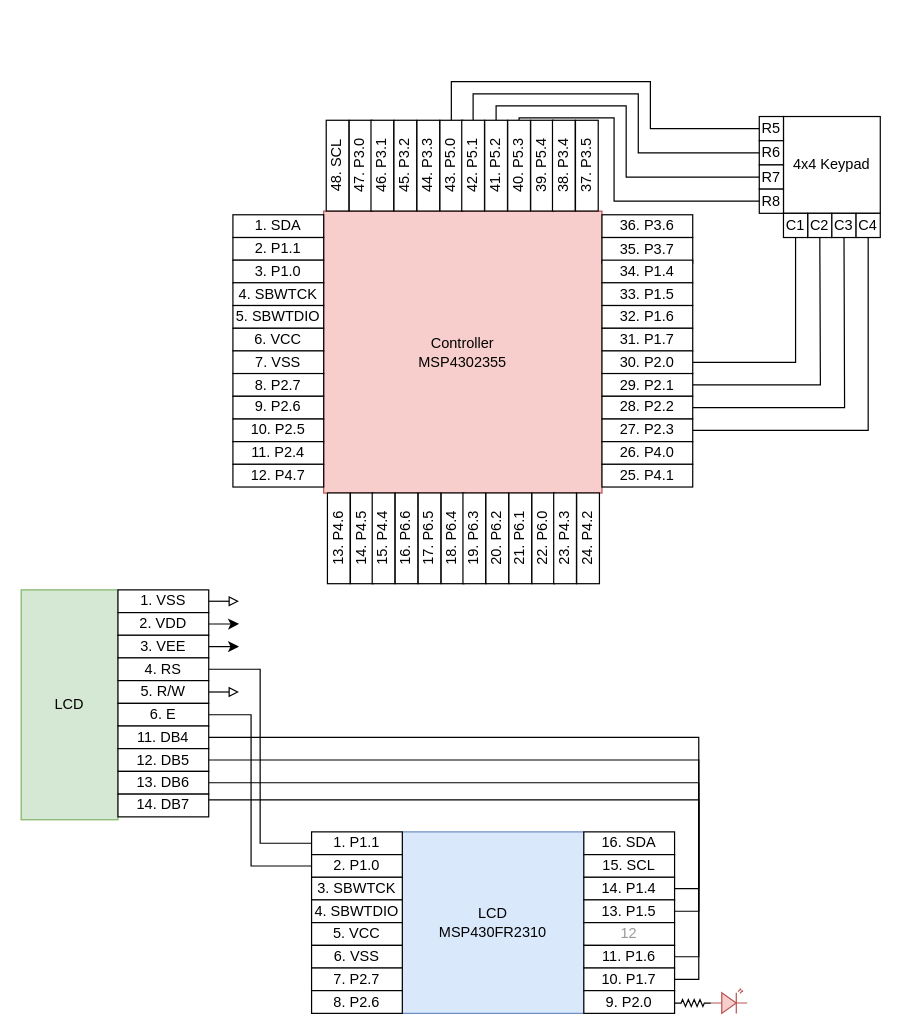
Earlier version of the draw.io diagram page "circuit_diagram" (3 of 3) of docs/assets/final_project_concept.drawio (msu-eele-465/final-project-rlm2002). Source tidied: cells renumbered, new cells numbered last; positions are measured from the earlier drawing's top-left corner, leaving out a move shared by most shapes. Both pictures are drawn from the tidied source at 121%, with x=0, y=0 at pixel (21, 29).
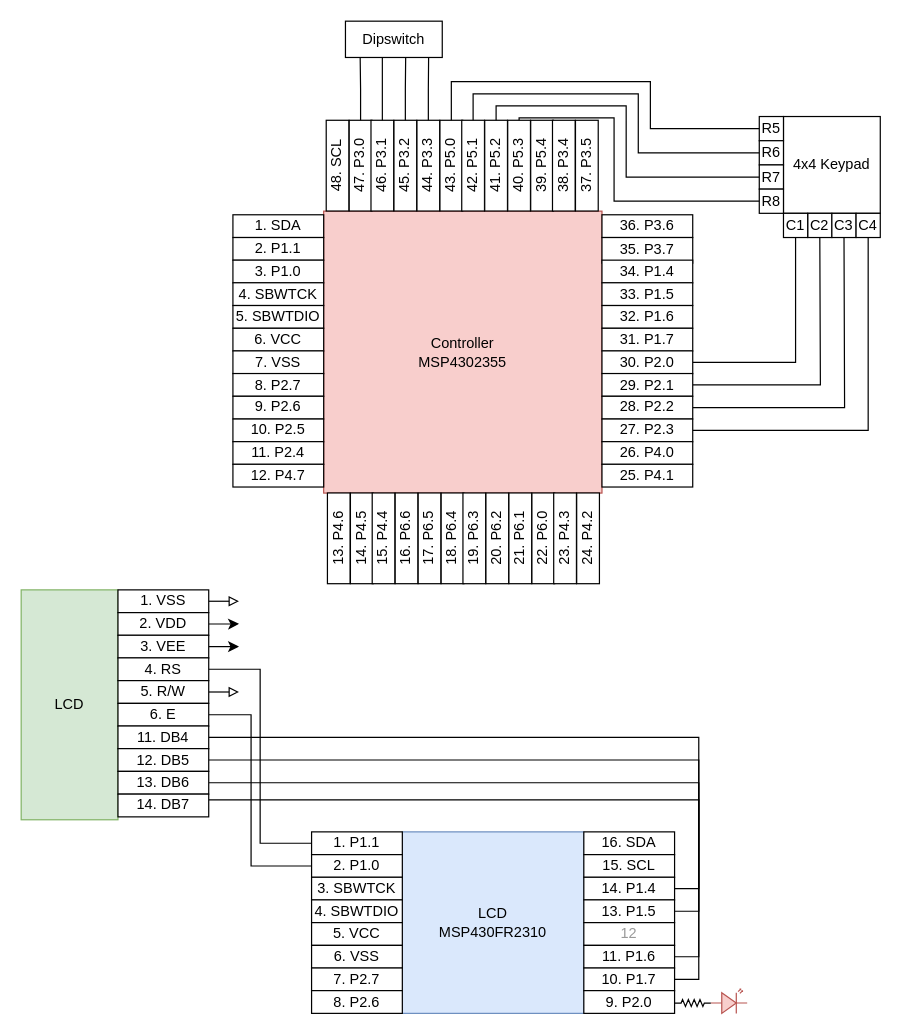
The same page after the edit.

Commit message (it also covers changes not shown here):
dipswitch logic

The change refers to these unchanged cells:
```xml
<mxCell id="88" value="47. P3.0" style="rounded=0;whiteSpace=wrap;html=1;rotation=-90;" parent="86" vertex="1">
  <mxGeometry x="-84" y="103" width="75" height="18.8" as="geometry" />
</mxCell>
<mxCell id="89" value="46. P3.1" style="rounded=0;whiteSpace=wrap;html=1;rotation=-90;" parent="86" vertex="1">
  <mxGeometry x="-66" y="103" width="75" height="18.8" as="geometry" />
</mxCell>
<mxCell id="90" value="45. P3.2" style="rounded=0;whiteSpace=wrap;html=1;rotation=-90;" parent="86" vertex="1">
  <mxGeometry x="-47" y="103" width="75" height="18.8" as="geometry" />
</mxCell>
<mxCell id="91" value="44. P3.3" style="rounded=0;whiteSpace=wrap;html=1;rotation=-90;" parent="86" vertex="1">
  <mxGeometry x="-28" y="103" width="75" height="18.8" as="geometry" />
</mxCell>
```

Diff of the diagram source:
```diff
@@
+    <mxCell id="113" value="Dipswitch" style="rounded=0;whiteSpace=wrap;html=1;" parent="1" vertex="1">
+      <mxGeometry x="268" y="-7" width="80" height="30" as="geometry" />
+    </mxCell>
+    <mxCell id="114" style="edgeStyle=orthogonalEdgeStyle;shape=connector;rounded=0;jettySize=auto;html=1;exitX=1;exitY=0.5;exitDx=0;exitDy=0;entryX=0.859;entryY=1.005;entryDx=0;entryDy=0;entryPerimeter=0;strokeColor=default;align=center;verticalAlign=middle;fontFamily=Helvetica;fontSize=11;fontColor=default;labelBackgroundColor=default;startFill=0;endArrow=none;" parent="1" edge="1" source="91" target="113">
+      <mxGeometry relative="1" as="geometry" />
+    </mxCell>
+    <mxCell id="115" style="edgeStyle=orthogonalEdgeStyle;shape=connector;rounded=0;jettySize=auto;html=1;exitX=1;exitY=0.5;exitDx=0;exitDy=0;entryX=0.622;entryY=1.004;entryDx=0;entryDy=0;entryPerimeter=0;strokeColor=default;align=center;verticalAlign=middle;fontFamily=Helvetica;fontSize=11;fontColor=default;labelBackgroundColor=default;startFill=0;endArrow=none;" parent="1" edge="1" source="90" target="113">
+      <mxGeometry relative="1" as="geometry" />
+    </mxCell>
+    <mxCell id="116" style="edgeStyle=orthogonalEdgeStyle;shape=connector;rounded=0;jettySize=auto;html=1;exitX=1;exitY=0.5;exitDx=0;exitDy=0;entryX=0.381;entryY=1.004;entryDx=0;entryDy=0;entryPerimeter=0;strokeColor=default;align=center;verticalAlign=middle;fontFamily=Helvetica;fontSize=11;fontColor=default;labelBackgroundColor=default;startFill=0;endArrow=none;" parent="1" edge="1" source="89" target="113">
+      <mxGeometry relative="1" as="geometry" />
+    </mxCell>
+    <mxCell id="117" style="edgeStyle=orthogonalEdgeStyle;shape=connector;rounded=0;jettySize=auto;html=1;exitX=1;exitY=0.5;exitDx=0;exitDy=0;strokeColor=default;align=center;verticalAlign=middle;fontFamily=Helvetica;fontSize=11;fontColor=default;labelBackgroundColor=default;startFill=0;endArrow=none;entryX=0.152;entryY=1.005;entryDx=0;entryDy=0;entryPerimeter=0;" parent="1" edge="1" source="88" target="113">
+      <mxGeometry relative="1" as="geometry" />
+    </mxCell>
```
